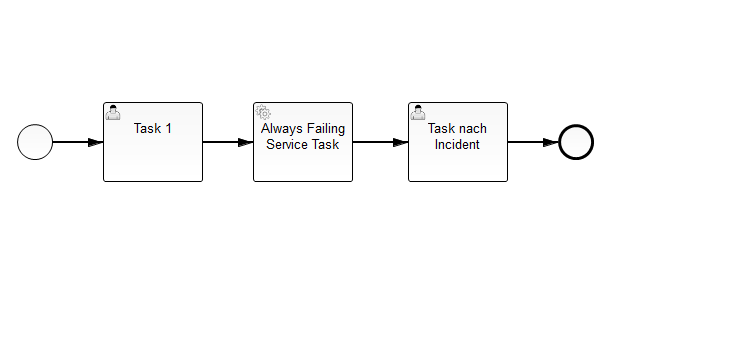
camunda-consulting/camunda-7-code-examples keeps this BPMN diagram as ige-example/ige-processApplication/src/main/resources/process4.png. Above is the earlier version. Its source is kept beside it as ige-example/ige-processApplication/src/main/resources/process4.bpmn. Ids are renumbered.
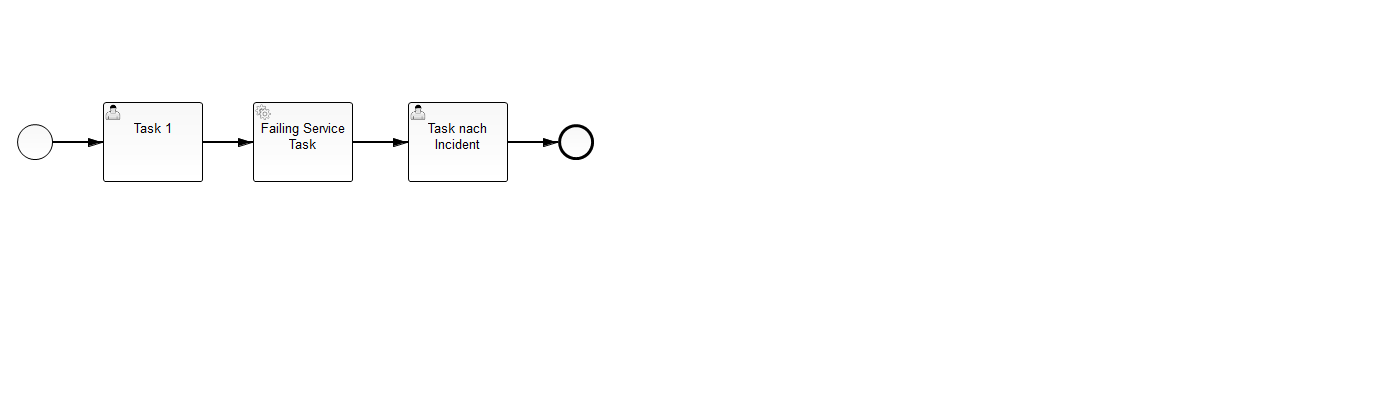
Later version of the same file.

Commit message:
Process with Incident to repair in Cockpit

Change to the diagram source:
```diff
@@ -8,7 +8,7 @@
       <bpmn2:outgoing>SequenceFlow_4</bpmn2:outgoing>
     </bpmn2:userTask>
     <bpmn2:sequenceFlow id="SequenceFlow_1" name="" sourceRef="StartEvent_1" targetRef="UserTask_1"/>
-    <bpmn2:serviceTask id="ServiceTask_2" camunda:class="org.camunda.bpm.cockpit.ige.adapter.AlwaysFailingDelegate" camunda:async="true" name="Always Failing Service Task">
+    <bpmn2:serviceTask id="ServiceTask_2" camunda:class="org.camunda.bpm.cockpit.ige.adapter.RepairableFailingDelegate" camunda:async="true" name="Failing Service Task">
       <bpmn2:incoming>SequenceFlow_4</bpmn2:incoming>
       <bpmn2:outgoing>SequenceFlow_5</bpmn2:outgoing>
     </bpmn2:serviceTask>
```
